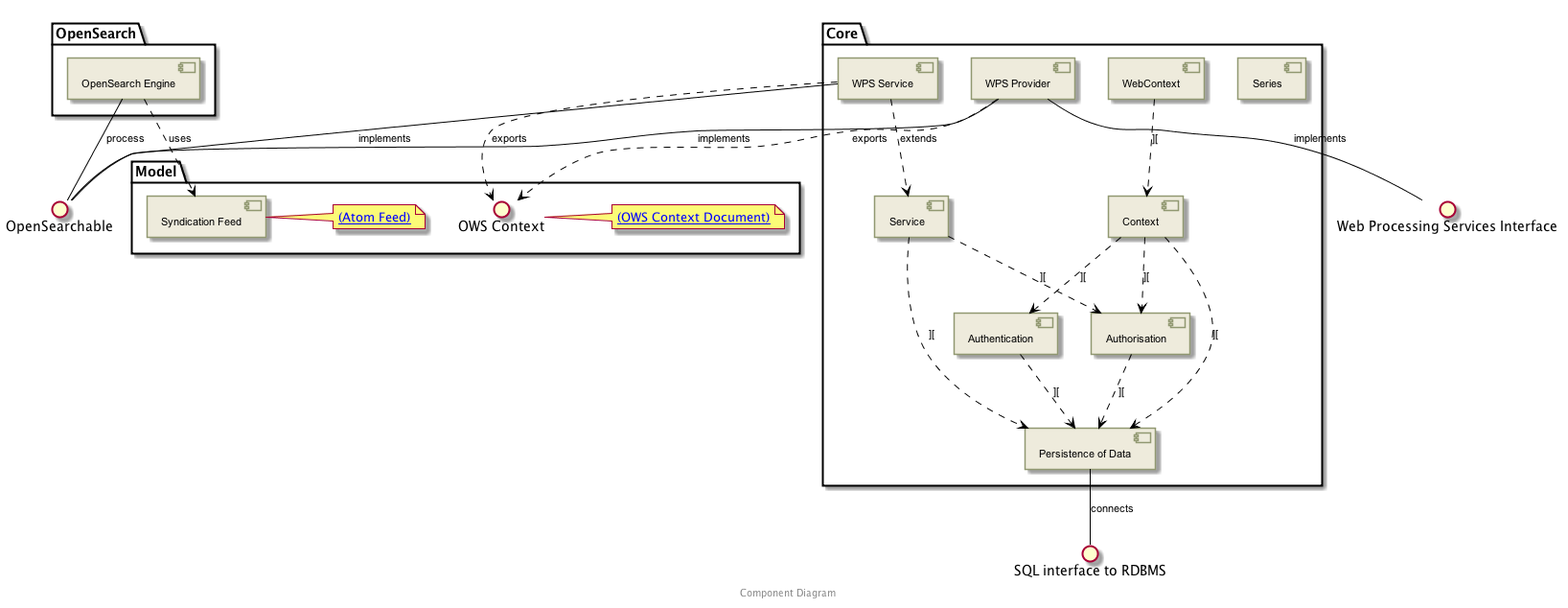
This is _images/plantuml-a5450c00d1ad783bd7df1a3babf6d8c060a36560.png from Terradue/doc-tep-geohazards-arch, a PlantUML export, as it was before one commit.
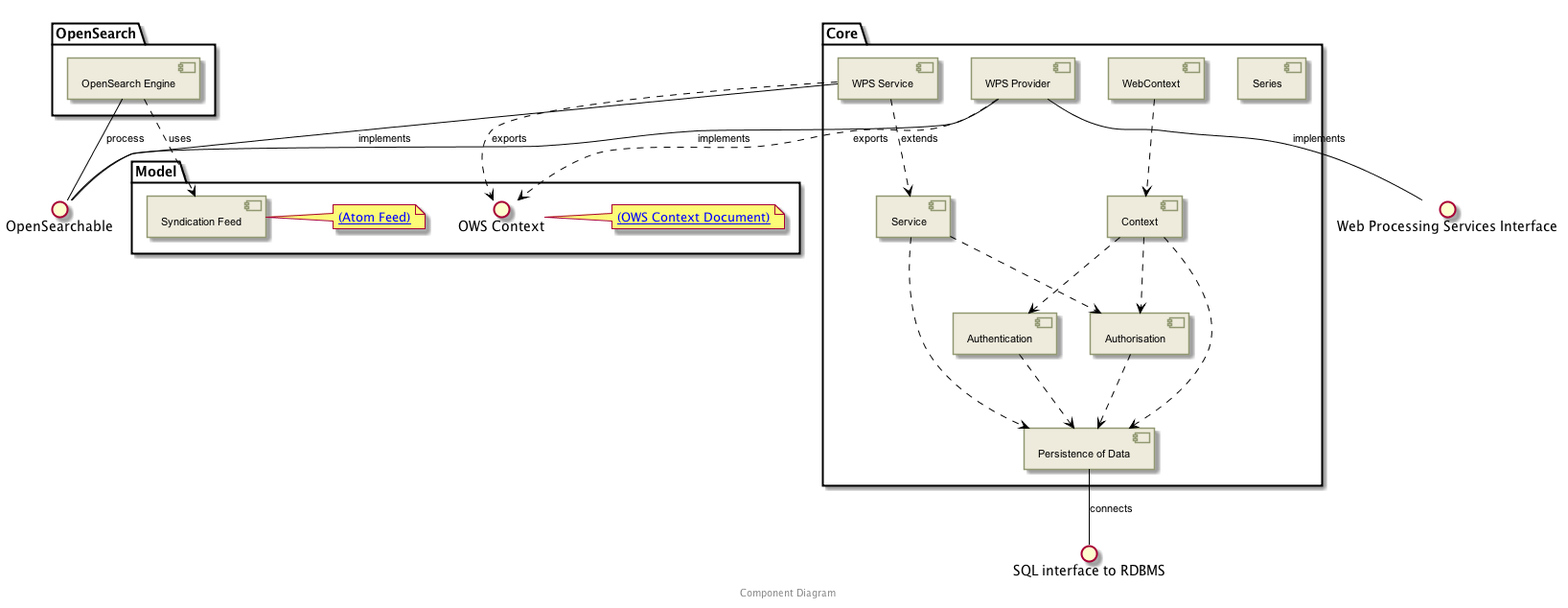
Later version of the same file.

What changed in the source:
```diff
@@ -188,17 +188,17 @@
 }
 interface "OpenSearchable" as group___open_searchable [[../computational/components/group___open_searchable.html]]
 
-group___authentication  ..>  group___persistence : [][]
-group___authorisation  ..>  group___persistence : [][]
-group___context  ..>  group___persistence : [][]
-group___context  ..>  group___authorisation : [][]
-group___context  ..>  group___authentication : [][]
+group___authentication  ..>  group___persistence : []
+group___authorisation  ..>  group___persistence : []
+group___context  ..>  group___persistence : []
+group___context  ..>  group___authorisation : []
+group___context  ..>  group___authentication : []
 group___open_search_engine  --  group___open_searchable : process
 group___open_search_engine  ..>  group___syndication : uses
 group___persistence  --  group___s_q_l_connector : connects
-group___service  ..>  group___persistence : [][]
-group___service  ..>  group___authorisation : [][]
-group___web_context  ..>  group___context : [][]
+group___service  ..>  group___persistence : []
+group___service  ..>  group___authorisation : []
+group___web_context  ..>  group___context : []
 group___wps_provider  ..>  group___o_w_s_context : exports
 group___wps_provider  --  group___open_searchable : implements
 group___wps_provider  --  group___w_p_s : implements
```
